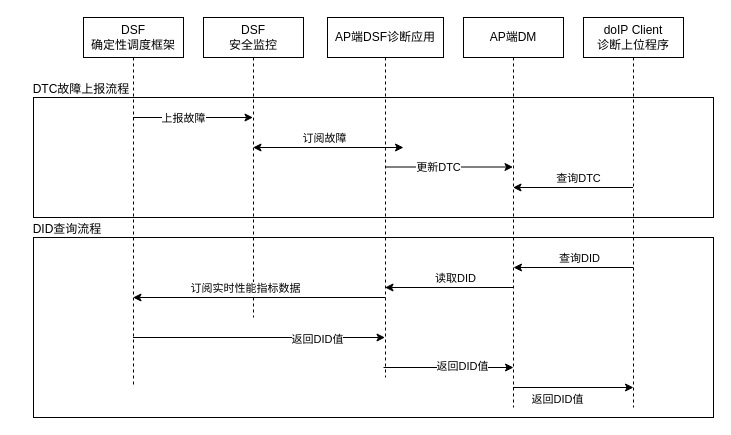
This is 未命名绘图.drawio from Haomeng/drawio-diagrams, a draw.io file, before an edit. Source tidied: cells renumbered, new cells numbered last; positions are measured from the earlier drawing's top-left corner, leaving out a move shared by most shapes. Both pictures are drawn from the tidied source at 100%, with x=0, y=0 at pixel (17, 17).
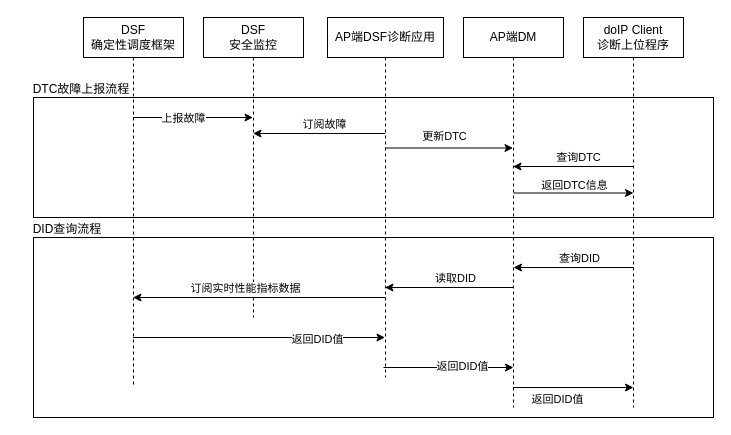
Above is the later version.

Unchanged cells that the change refers to:
```xml
<mxCell id="6" value="AP端DSF诊断应用" style="shape=umlLifeline;perimeter=lifelinePerimeter;whiteSpace=wrap;html=1;outlineConnect=0;portConstraint=eastwest;newEdgeStyle={&quot;curved&quot;:0,&quot;rounded&quot;:0};" parent="1" vertex="1">
  <mxGeometry x="310" width="116" height="360" as="geometry" />
</mxCell>
```

The edit, as a diff of the source:
```diff
@@
     <mxCell id="11" style="endArrow=classic;html=1;rounded=0;" parent="1" edge="1">
       <mxGeometry relative="1" as="geometry">
-        <mxPoint x="367.5" y="130" as="sourcePoint" />
-        <mxPoint x="235.5" y="130" as="targetPoint" />
+        <mxPoint x="367.5" y="116" as="sourcePoint" />
+        <mxPoint x="235.5" y="116" as="targetPoint" />
       </mxGeometry>
     </mxCell>
@@
     <mxCell id="13" style="endArrow=classic;html=1;rounded=0;" parent="1" edge="1">
       <mxGeometry relative="1" as="geometry">
-        <mxPoint x="367.5" y="149.5" as="sourcePoint" />
-        <mxPoint x="495.5" y="149.5" as="targetPoint" />
+        <mxPoint x="367.5" y="130.5" as="sourcePoint" />
+        <mxPoint x="495.5" y="130.5" as="targetPoint" />
       </mxGeometry>
     </mxCell>
     <mxCell id="14" value="更新DTC" style="edgeLabel;html=1;align=center;verticalAlign=middle;" parent="13" vertex="1">
       <mxGeometry x="-0.19" relative="1" as="geometry">
-        <mxPoint x="1" as="offset" />
+        <mxPoint x="7" y="-12" as="offset" />
       </mxGeometry>
     </mxCell>
     <mxCell id="15" style="endArrow=classic;html=1;rounded=0;" parent="1" edge="1">
       <mxGeometry relative="1" as="geometry">
-        <mxPoint x="615.5" y="170" as="sourcePoint" />
-        <mxPoint x="495.5" y="170" as="targetPoint" />
+        <mxPoint x="615.5" y="149" as="sourcePoint" />
+        <mxPoint x="495.5" y="149" as="targetPoint" />
       </mxGeometry>
     </mxCell>
@@
-    <mxCell id="28" style="endArrow=classic;html=1;rounded=0;" parent="1" edge="1" source="6">
-      <mxGeometry relative="1" as="geometry">
-        <mxPoint x="386" y="130" as="targetPoint" />
-      </mxGeometry>
-    </mxCell>
@@
+    <mxCell id="32" style="endArrow=classic;html=1;rounded=0;" parent="1" edge="1">
+      <mxGeometry relative="1" as="geometry">
+        <mxPoint x="496" y="175.5" as="sourcePoint" />
+        <mxPoint x="616" y="175.5" as="targetPoint" />
+      </mxGeometry>
+    </mxCell>
+    <mxCell id="33" value="返回DTC信息" style="edgeLabel;html=1;align=center;verticalAlign=middle;" parent="32" vertex="1">
+      <mxGeometry x="0.2" y="2" relative="1" as="geometry">
+        <mxPoint x="-12" y="-6" as="offset" />
+      </mxGeometry>
+    </mxCell>
```
